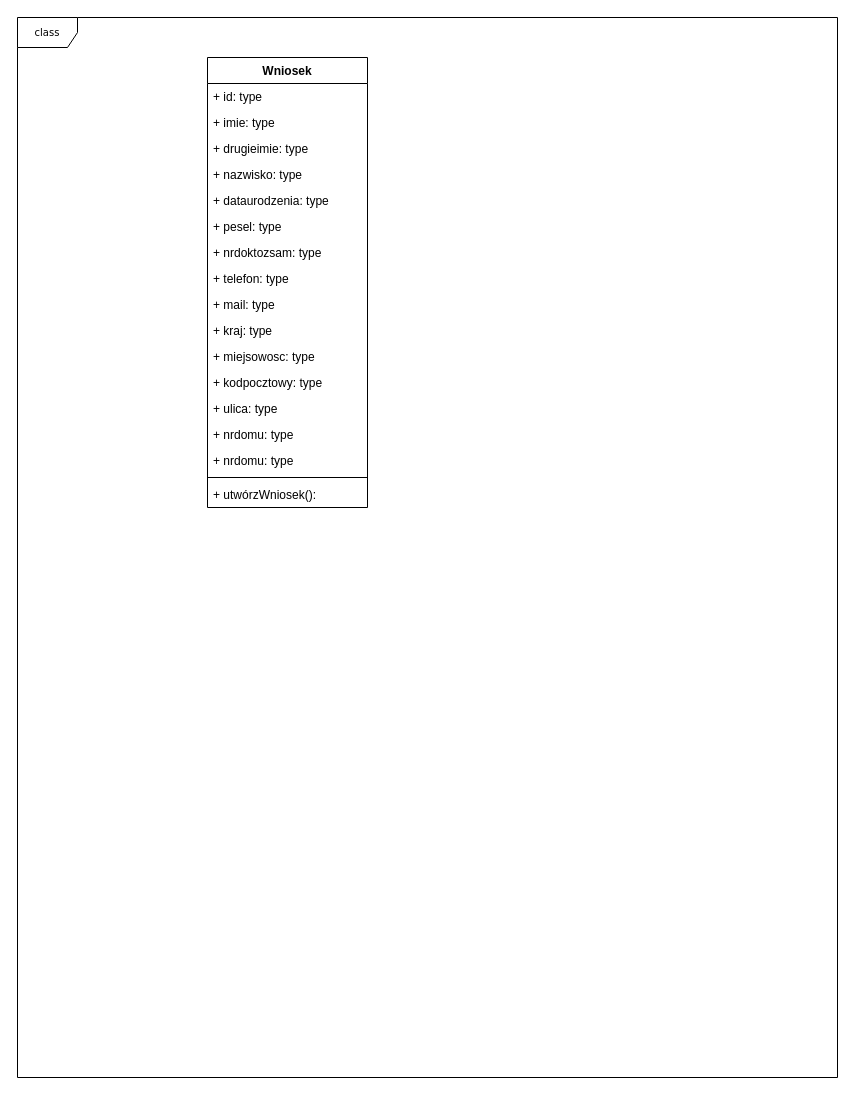
Above: eRodzina-model-dziedziny.drawio in tadeg/study (draw.io), before the change. Source tidied: cells renumbered, new cells numbered last; positions are measured from the earlier drawing's top-left corner, leaving out a move shared by most shapes. Both pictures are drawn from the tidied source at 100%, with x=0, y=0 at pixel (17, 17).
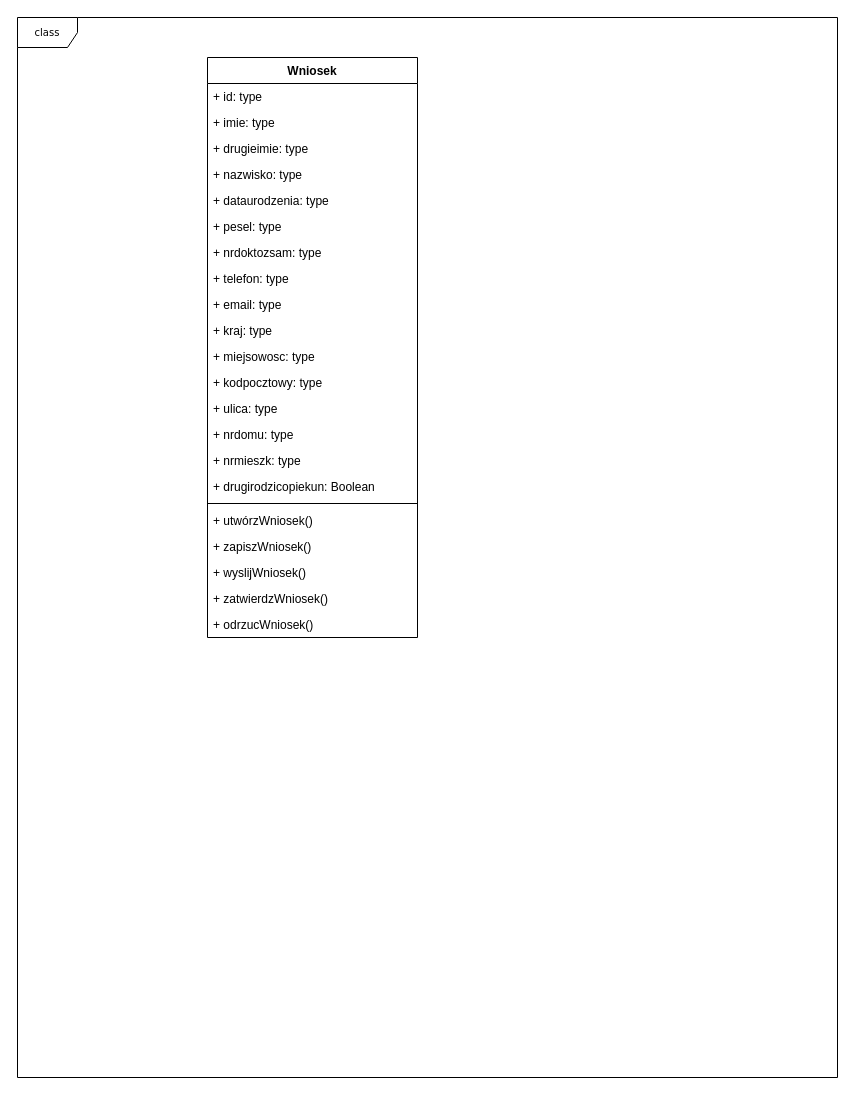
After the change.

Change to the diagram source:
```diff
@@
     <mxCell id="3" value="Wniosek" style="swimlane;fontStyle=1;align=center;verticalAlign=top;horizontal=1;startSize=26;" parent="1" vertex="1">
-      <mxGeometry x="190" y="40" width="160" height="450" as="geometry" />
+      <mxGeometry x="190" y="40" width="210" height="580" as="geometry" />
     </mxCell>
     <mxCell id="4" value="+ id: type" style="text;strokeColor=none;fillColor=none;align=left;verticalAlign=top;spacingLeft=4;spacingRight=4;overflow=hidden;" parent="3" vertex="1">
-      <mxGeometry y="26" width="160" height="26" as="geometry" />
+      <mxGeometry y="26" width="210" height="26" as="geometry" />
     </mxCell>
     <mxCell id="5" value="+ imie: type" style="text;strokeColor=none;fillColor=none;align=left;verticalAlign=top;spacingLeft=4;spacingRight=4;overflow=hidden;" parent="3" vertex="1">
-      <mxGeometry y="52" width="160" height="26" as="geometry" />
+      <mxGeometry y="52" width="210" height="26" as="geometry" />
     </mxCell>
     <mxCell id="6" value="+ drugieimie: type" style="text;strokeColor=none;fillColor=none;align=left;verticalAlign=top;spacingLeft=4;spacingRight=4;overflow=hidden;" parent="3" vertex="1">
-      <mxGeometry y="78" width="160" height="26" as="geometry" />
+      <mxGeometry y="78" width="210" height="26" as="geometry" />
     </mxCell>
     <mxCell id="7" value="+ nazwisko: type" style="text;strokeColor=none;fillColor=none;align=left;verticalAlign=top;spacingLeft=4;spacingRight=4;overflow=hidden;" parent="3" vertex="1">
-      <mxGeometry y="104" width="160" height="26" as="geometry" />
+      <mxGeometry y="104" width="210" height="26" as="geometry" />
     </mxCell>
     <mxCell id="8" value="+ dataurodzenia: type" style="text;strokeColor=none;fillColor=none;align=left;verticalAlign=top;spacingLeft=4;spacingRight=4;overflow=hidden;" parent="3" vertex="1">
-      <mxGeometry y="130" width="160" height="26" as="geometry" />
+      <mxGeometry y="130" width="210" height="26" as="geometry" />
     </mxCell>
     <mxCell id="9" value="+ pesel: type" style="text;strokeColor=none;fillColor=none;align=left;verticalAlign=top;spacingLeft=4;spacingRight=4;overflow=hidden;" parent="3" vertex="1">
-      <mxGeometry y="156" width="160" height="26" as="geometry" />
+      <mxGeometry y="156" width="210" height="26" as="geometry" />
     </mxCell>
     <mxCell id="10" value="+ nrdoktozsam: type" style="text;strokeColor=none;fillColor=none;align=left;verticalAlign=top;spacingLeft=4;spacingRight=4;overflow=hidden;" parent="3" vertex="1">
-      <mxGeometry y="182" width="160" height="26" as="geometry" />
+      <mxGeometry y="182" width="210" height="26" as="geometry" />
     </mxCell>
     <mxCell id="11" value="+ telefon: type" style="text;strokeColor=none;fillColor=none;align=left;verticalAlign=top;spacingLeft=4;spacingRight=4;overflow=hidden;" parent="3" vertex="1">
-      <mxGeometry y="208" width="160" height="26" as="geometry" />
+      <mxGeometry y="208" width="210" height="26" as="geometry" />
     </mxCell>
-    <mxCell id="12" value="+ mail: type" style="text;strokeColor=none;fillColor=none;align=left;verticalAlign=top;spacingLeft=4;spacingRight=4;overflow=hidden;" parent="3" vertex="1">
-      <mxGeometry y="234" width="160" height="26" as="geometry" />
+    <mxCell id="12" value="+ email: type" style="text;strokeColor=none;fillColor=none;align=left;verticalAlign=top;spacingLeft=4;spacingRight=4;overflow=hidden;" parent="3" vertex="1">
+      <mxGeometry y="234" width="210" height="26" as="geometry" />
     </mxCell>
     <mxCell id="13" value="+ kraj: type" style="text;strokeColor=none;fillColor=none;align=left;verticalAlign=top;spacingLeft=4;spacingRight=4;overflow=hidden;" parent="3" vertex="1">
-      <mxGeometry y="260" width="160" height="26" as="geometry" />
+      <mxGeometry y="260" width="210" height="26" as="geometry" />
     </mxCell>
     <mxCell id="14" value="+ miejsowosc: type" style="text;strokeColor=none;fillColor=none;align=left;verticalAlign=top;spacingLeft=4;spacingRight=4;overflow=hidden;" parent="3" vertex="1">
-      <mxGeometry y="286" width="160" height="26" as="geometry" />
+      <mxGeometry y="286" width="210" height="26" as="geometry" />
     </mxCell>
     <mxCell id="15" value="+ kodpocztowy: type" style="text;strokeColor=none;fillColor=none;align=left;verticalAlign=top;spacingLeft=4;spacingRight=4;overflow=hidden;" parent="3" vertex="1">
-      <mxGeometry y="312" width="160" height="26" as="geometry" />
+      <mxGeometry y="312" width="210" height="26" as="geometry" />
     </mxCell>
     <mxCell id="16" value="+ ulica: type" style="text;strokeColor=none;fillColor=none;align=left;verticalAlign=top;spacingLeft=4;spacingRight=4;overflow=hidden;" parent="3" vertex="1">
-      <mxGeometry y="338" width="160" height="26" as="geometry" />
+      <mxGeometry y="338" width="210" height="26" as="geometry" />
     </mxCell>
     <mxCell id="17" value="+ nrdomu: type" style="text;strokeColor=none;fillColor=none;align=left;verticalAlign=top;spacingLeft=4;spacingRight=4;overflow=hidden;" parent="3" vertex="1">
-      <mxGeometry y="364" width="160" height="26" as="geometry" />
+      <mxGeometry y="364" width="210" height="26" as="geometry" />
     </mxCell>
-    <mxCell id="18" value="+ nrdomu: type" style="text;strokeColor=none;fillColor=none;align=left;verticalAlign=top;spacingLeft=4;spacingRight=4;overflow=hidden;" parent="3" vertex="1">
-      <mxGeometry y="390" width="160" height="26" as="geometry" />
-    </mxCell>
+    <mxCell id="21" value="+ nrmieszk: type" style="text;strokeColor=none;fillColor=none;align=left;verticalAlign=top;spacingLeft=4;spacingRight=4;overflow=hidden;" parent="3" vertex="1">
+      <mxGeometry y="390" width="210" height="26" as="geometry" />
+    </mxCell>
+    <mxCell id="22" value="+ drugirodzicopiekun: Boolean" style="text;strokeColor=none;fillColor=none;align=left;verticalAlign=top;spacingLeft=4;spacingRight=4;overflow=hidden;" parent="3" vertex="1">
+      <mxGeometry y="416" width="210" height="26" as="geometry" />
+    </mxCell>
     <mxCell id="19" style="line;strokeWidth=1;fillColor=none;align=left;verticalAlign=middle;spacingTop=-1;spacingLeft=3;spacingRight=3;labelPosition=right;" parent="3" vertex="1">
-      <mxGeometry y="416" width="160" height="8" as="geometry" />
+      <mxGeometry y="442" width="210" height="8" as="geometry" />
     </mxCell>
-    <mxCell id="20" value="+ utwórzWniosek(): " style="text;strokeColor=none;fillColor=none;align=left;verticalAlign=top;spacingLeft=4;spacingRight=4;overflow=hidden;" parent="3" vertex="1">
-      <mxGeometry y="424" width="160" height="26" as="geometry" />
+    <mxCell id="20" value="+ utwórzWniosek()&#10;" style="text;strokeColor=none;fillColor=none;align=left;verticalAlign=top;spacingLeft=4;spacingRight=4;overflow=hidden;" parent="3" vertex="1">
+      <mxGeometry y="450" width="210" height="26" as="geometry" />
     </mxCell>
+    <mxCell id="23" value="+ zapiszWniosek()&#10;" style="text;strokeColor=none;fillColor=none;align=left;verticalAlign=top;spacingLeft=4;spacingRight=4;overflow=hidden;" parent="3" vertex="1">
+      <mxGeometry y="476" width="210" height="26" as="geometry" />
+    </mxCell>
+    <mxCell id="24" value="+ wyslijWniosek()&#10;" style="text;strokeColor=none;fillColor=none;align=left;verticalAlign=top;spacingLeft=4;spacingRight=4;overflow=hidden;" parent="3" vertex="1">
+      <mxGeometry y="502" width="210" height="26" as="geometry" />
+    </mxCell>
+    <mxCell id="25" value="+ zatwierdzWniosek()&#10;" style="text;strokeColor=none;fillColor=none;align=left;verticalAlign=top;spacingLeft=4;spacingRight=4;overflow=hidden;" parent="3" vertex="1">
+      <mxGeometry y="528" width="210" height="26" as="geometry" />
+    </mxCell>
+    <mxCell id="26" value="+ odrzucWniosek()&#10;" style="text;strokeColor=none;fillColor=none;align=left;verticalAlign=top;spacingLeft=4;spacingRight=4;overflow=hidden;" parent="3" vertex="1">
+      <mxGeometry y="554" width="210" height="26" as="geometry" />
+    </mxCell>
```
